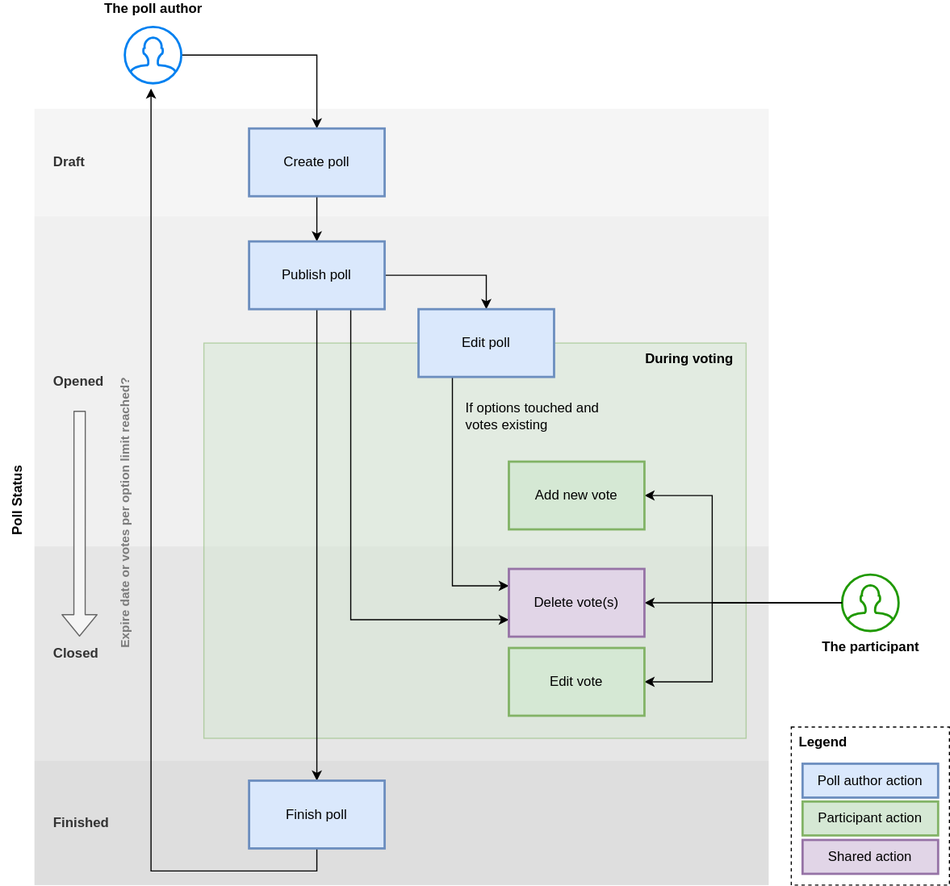
Above: Documentation/Usage/Images/poll-lifecycle.svg in fgtclb/t3oodle (draw.io), before the change. Source tidied: cells renumbered, new cells last; positions are measured from the earlier drawing's top-left corner, leaving out a move shared by most shapes.
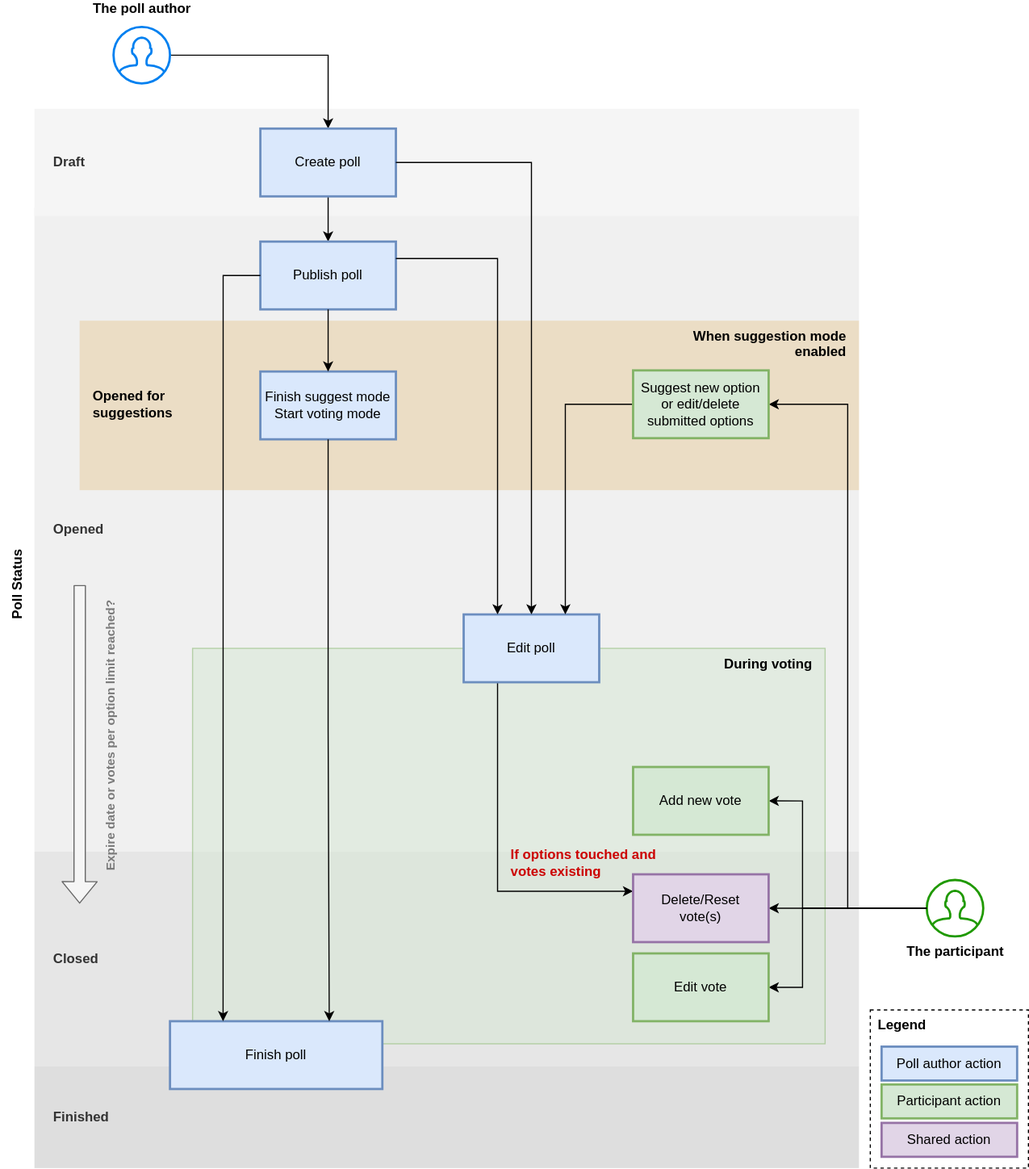
Later version of the same file.

Change to the diagram source:
```diff
@@ -3,19 +3,19 @@
     <mxCell id="0" />
     <mxCell id="1" parent="0" />
     <mxCell id="2" value="Closed" style="rounded=0;whiteSpace=wrap;html=1;labelBackgroundColor=none;align=left;fontColor=#333333;strokeColor=none;spacingLeft=15;fontStyle=1;fillColor=#E6E6E6;" parent="1" vertex="1">
-      <mxGeometry x="30" y="460" width="650" height="190" as="geometry" />
+      <mxGeometry x="-70" y="670" width="730" height="190" as="geometry" />
     </mxCell>
     <mxCell id="3" value="Opened" style="rounded=0;whiteSpace=wrap;html=1;labelBackgroundColor=none;align=left;fontColor=#333333;strokeColor=none;spacingLeft=15;fontStyle=1;fillColor=#F0F0F0;" parent="1" vertex="1">
-      <mxGeometry x="30" y="167.5" width="650" height="292.5" as="geometry" />
+      <mxGeometry x="-70" y="100" width="730" height="570" as="geometry" />
     </mxCell>
     <mxCell id="4" value="Finished" style="rounded=0;whiteSpace=wrap;html=1;labelBackgroundColor=none;align=left;fontColor=#333333;strokeColor=none;spacingLeft=15;fontStyle=1;fillColor=#DEDEDE;" parent="1" vertex="1">
-      <mxGeometry x="30" y="650" width="650" height="110" as="geometry" />
+      <mxGeometry x="-70" y="860" width="730" height="90" as="geometry" />
     </mxCell>
     <mxCell id="5" value="Draft" style="rounded=0;whiteSpace=wrap;html=1;labelBackgroundColor=none;align=left;fillColor=#f5f5f5;fontColor=#333333;strokeColor=none;spacingLeft=15;fontStyle=1;" parent="1" vertex="1">
-      <mxGeometry x="30" y="72.5" width="650" height="95" as="geometry" />
+      <mxGeometry x="-70" y="12.5" width="730" height="95" as="geometry" />
     </mxCell>
     <mxCell id="6" value="During voting" style="rounded=0;whiteSpace=wrap;html=1;fillColor=#d5e8d4;strokeColor=#82b366;opacity=50;align=right;horizontal=1;verticalAlign=top;fontStyle=1;spacingRight=9;" parent="1" vertex="1">
-      <mxGeometry x="180" y="280" width="480" height="350" as="geometry" />
+      <mxGeometry x="70" y="490" width="560" height="350" as="geometry" />
     </mxCell>
     <mxCell id="7" style="edgeStyle=orthogonalEdgeStyle;rounded=0;jettySize=auto;html=1;" parent="1" edge="1" source="24" target="9">
       <mxGeometry relative="1" as="geometry" />
@@ -24,97 +24,118 @@
       <mxGeometry relative="1" as="geometry" />
     </mxCell>
     <mxCell id="9" value="Create poll" style="whiteSpace=wrap;html=1;shadow=0;dashed=0;verticalAlign=middle;strokeColor=#6c8ebf;strokeWidth=2;labelBackgroundColor=none;fillColor=#dae8fc;" parent="1" vertex="1">
-      <mxGeometry x="220" y="90" width="120" height="60" as="geometry" />
+      <mxGeometry x="130" y="30" width="120" height="60" as="geometry" />
     </mxCell>
-    <mxCell id="10" style="edgeStyle=orthogonalEdgeStyle;rounded=0;jettySize=auto;html=1;entryX=0.5;entryY=0;entryDx=0;entryDy=0;" parent="1" edge="1" source="13" target="15">
-      <mxGeometry relative="1" as="geometry" />
-    </mxCell>
-    <mxCell id="11" style="edgeStyle=orthogonalEdgeStyle;rounded=0;jettySize=auto;html=1;exitX=0.5;exitY=1;exitDx=0;exitDy=0;entryX=0.5;entryY=0;entryDx=0;entryDy=0;" parent="1" edge="1" source="13" target="17">
-      <mxGeometry relative="1" as="geometry" />
-    </mxCell>
-    <mxCell id="12" style="edgeStyle=orthogonalEdgeStyle;rounded=0;jettySize=auto;html=1;exitX=0.75;exitY=1;exitDx=0;exitDy=0;entryX=0;entryY=0.75;entryDx=0;entryDy=0;" parent="1" edge="1" source="13" target="22">
-      <mxGeometry relative="1" as="geometry" />
-    </mxCell>
     <mxCell id="13" value="Publish poll" style="whiteSpace=wrap;html=1;shadow=0;dashed=0;verticalAlign=middle;strokeColor=#6c8ebf;strokeWidth=2;labelBackgroundColor=none;fillColor=#dae8fc;" parent="1" vertex="1">
-      <mxGeometry x="220" y="190" width="120" height="60" as="geometry" />
+      <mxGeometry x="130" y="130" width="120" height="60" as="geometry" />
     </mxCell>
-    <mxCell id="14" style="edgeStyle=orthogonalEdgeStyle;rounded=0;jettySize=auto;html=1;entryX=0;entryY=0.25;entryDx=0;entryDy=0;exitX=0.25;exitY=1;exitDx=0;exitDy=0;" parent="1" edge="1" source="15" target="22">
-      <mxGeometry relative="1" as="geometry" />
-    </mxCell>
-    <mxCell id="15" value="Edit poll" style="whiteSpace=wrap;html=1;shadow=0;dashed=0;verticalAlign=middle;strokeColor=#6c8ebf;strokeWidth=2;labelBackgroundColor=none;fillColor=#dae8fc;" parent="1" vertex="1">
-      <mxGeometry x="370" y="250" width="120" height="60" as="geometry" />
-    </mxCell>
-    <mxCell id="16" style="edgeStyle=orthogonalEdgeStyle;rounded=0;jettySize=auto;html=1;exitX=0.5;exitY=1;exitDx=0;exitDy=0;entryX=0.464;entryY=1.092;entryDx=0;entryDy=0;entryPerimeter=0;" parent="1" edge="1" source="17" target="24">
-      <mxGeometry relative="1" as="geometry" />
-    </mxCell>
+    <mxCell id="35" style="edgeStyle=orthogonalEdgeStyle;rounded=0;jettySize=auto;html=1;entryX=0;entryY=0.25;entryDx=0;entryDy=0;exitX=0.25;exitY=1;exitDx=0;exitDy=0;" parent="1" edge="1" source="15" target="37">
+      <mxGeometry relative="1" as="geometry" />
+    </mxCell>
     <mxCell id="17" value="Finish poll" style="whiteSpace=wrap;html=1;shadow=0;dashed=0;verticalAlign=middle;strokeColor=#6c8ebf;strokeWidth=2;labelBackgroundColor=none;fillColor=#dae8fc;" parent="1" vertex="1">
-      <mxGeometry x="220" y="667.5" width="120" height="60" as="geometry" />
+      <mxGeometry x="50" y="820" width="188" height="60" as="geometry" />
     </mxCell>
     <mxCell id="18" style="edgeStyle=orthogonalEdgeStyle;rounded=0;jettySize=auto;html=1;entryX=1;entryY=0.5;entryDx=0;entryDy=0;" parent="1" edge="1" source="19" target="20">
       <mxGeometry relative="1" as="geometry">
         <Array as="points">
-          <mxPoint x="630" y="510" />
-          <mxPoint x="630" y="580" />
+          <mxPoint x="610" y="720" />
+          <mxPoint x="610" y="790" />
         </Array>
       </mxGeometry>
     </mxCell>
     <mxCell id="19" value="The participant" style="html=1;verticalLabelPosition=bottom;align=center;labelBackgroundColor=none;verticalAlign=top;strokeWidth=2;shadow=0;dashed=0;shape=mxgraph.ios7.icons.user;fontStyle=1;strokeColor=#1F9900;" parent="1" vertex="1">
-      <mxGeometry x="745" y="485" width="50" height="50" as="geometry" />
+      <mxGeometry x="720" y="695" width="50" height="50" as="geometry" />
     </mxCell>
     <mxCell id="20" value="Edit vote" style="whiteSpace=wrap;html=1;shadow=0;dashed=0;verticalAlign=middle;strokeColor=#82b366;strokeWidth=2;labelBackgroundColor=none;fillColor=#d5e8d4;" parent="1" vertex="1">
-      <mxGeometry x="450" y="550" width="120" height="60" as="geometry" />
+      <mxGeometry x="460" y="760" width="120" height="60" as="geometry" />
     </mxCell>
-    <mxCell id="21" style="edgeStyle=orthogonalEdgeStyle;rounded=0;jettySize=auto;html=1;entryX=1;entryY=0.5;entryDx=0;entryDy=0;" parent="1" edge="1" source="19" target="22">
-      <mxGeometry relative="1" as="geometry" />
-    </mxCell>
-    <mxCell id="22" value="Delete vote(s)" style="whiteSpace=wrap;html=1;shadow=0;dashed=0;verticalAlign=middle;strokeColor=#9673a6;strokeWidth=2;labelBackgroundColor=none;fillColor=#e1d5e7;" parent="1" vertex="1">
-      <mxGeometry x="450" y="480" width="120" height="60" as="geometry" />
-    </mxCell>
+    <mxCell id="36" style="edgeStyle=orthogonalEdgeStyle;rounded=0;jettySize=auto;html=1;entryX=1;entryY=0.5;entryDx=0;entryDy=0;" parent="1" edge="1" source="19" target="37">
+      <mxGeometry relative="1" as="geometry" />
+    </mxCell>
+    <mxCell id="37" value="Delete/Reset&lt;br&gt;&amp;nbsp;vote(s)" style="whiteSpace=wrap;html=1;shadow=0;dashed=0;verticalAlign=middle;strokeColor=#9673a6;strokeWidth=2;labelBackgroundColor=none;fillColor=#e1d5e7;" parent="1" vertex="1">
+      <mxGeometry x="460" y="690" width="120" height="60" as="geometry" />
+    </mxCell>
-    <mxCell id="23" value="If options touched&amp;nbsp;&lt;span&gt;and&lt;br&gt;votes existing&lt;/span&gt;" style="text;html=1;align=left;verticalAlign=middle;" parent="1" vertex="1">
-      <mxGeometry x="410" y="330" width="130" height="30" as="geometry" />
+    <mxCell id="23" value="If options touched&amp;nbsp;&lt;span&gt;and&lt;br&gt;votes existing&lt;/span&gt;" style="text;html=1;align=left;verticalAlign=middle;fontStyle=1;fontColor=#CC0000;" parent="1" vertex="1">
+      <mxGeometry x="350" y="665" width="140" height="30" as="geometry" />
     </mxCell>
     <mxCell id="24" value="The poll author" style="html=1;verticalLabelPosition=bottom;align=center;labelBackgroundColor=#ffffff;verticalAlign=top;strokeWidth=2;strokeColor=#0080F0;shadow=0;dashed=0;shape=mxgraph.ios7.icons.user;spacingTop=-80;fontStyle=1;" parent="1" vertex="1">
-      <mxGeometry x="110" width="50" height="50" as="geometry" />
+      <mxGeometry y="-60" width="50" height="50" as="geometry" />
     </mxCell>
     <mxCell id="25" value="Poll Status" style="text;html=1;align=center;verticalAlign=middle;fontColor=#000000;horizontal=0;fontStyle=1;" parent="1" vertex="1">
-      <mxGeometry y="385" width="30" height="70" as="geometry" />
+      <mxGeometry x="-100" y="399" width="30" height="70" as="geometry" />
     </mxCell>
-    <mxCell id="26" style="group;" parent="1" vertex="1">
-      <mxGeometry x="700" y="620" width="140" height="140" as="geometry" />
-    </mxCell>
+    <mxCell id="38" style="group;" parent="1" vertex="1">
+      <mxGeometry x="670" y="810" width="140" height="140" as="geometry" />
+    </mxCell>
-    <mxCell id="27" value="Legend" style="rounded=0;whiteSpace=wrap;html=1;labelBackgroundColor=none;align=left;fontStyle=1;verticalAlign=top;spacingLeft=5;dashed=1;" parent="26" vertex="1">
+    <mxCell id="27" value="Legend" style="rounded=0;whiteSpace=wrap;html=1;labelBackgroundColor=none;align=left;fontStyle=1;verticalAlign=top;spacingLeft=5;dashed=1;" parent="38" vertex="1">
       <mxGeometry width="140" height="140" as="geometry" />
     </mxCell>
-    <mxCell id="28" value="Poll author action" style="whiteSpace=wrap;html=1;shadow=0;dashed=0;verticalAlign=middle;strokeColor=#6c8ebf;strokeWidth=2;labelBackgroundColor=none;fillColor=#dae8fc;" parent="26" vertex="1">
+    <mxCell id="28" value="Poll author action" style="whiteSpace=wrap;html=1;shadow=0;dashed=0;verticalAlign=middle;strokeColor=#6c8ebf;strokeWidth=2;labelBackgroundColor=none;fillColor=#dae8fc;" parent="38" vertex="1">
       <mxGeometry x="10" y="32.5" width="120" height="30" as="geometry" />
     </mxCell>
-    <mxCell id="29" value="Participant action" style="whiteSpace=wrap;html=1;shadow=0;dashed=0;verticalAlign=middle;strokeColor=#82b366;strokeWidth=2;labelBackgroundColor=none;fillColor=#d5e8d4;" parent="26" vertex="1">
+    <mxCell id="29" value="Participant action" style="whiteSpace=wrap;html=1;shadow=0;dashed=0;verticalAlign=middle;strokeColor=#82b366;strokeWidth=2;labelBackgroundColor=none;fillColor=#d5e8d4;" parent="38" vertex="1">
       <mxGeometry x="10" y="66" width="120" height="30" as="geometry" />
     </mxCell>
-    <mxCell id="30" value="Shared action" style="whiteSpace=wrap;html=1;shadow=0;dashed=0;verticalAlign=middle;strokeColor=#9673a6;strokeWidth=2;labelBackgroundColor=none;fillColor=#e1d5e7;" parent="26" vertex="1">
+    <mxCell id="30" value="Shared action" style="whiteSpace=wrap;html=1;shadow=0;dashed=0;verticalAlign=middle;strokeColor=#9673a6;strokeWidth=2;labelBackgroundColor=none;fillColor=#e1d5e7;" parent="38" vertex="1">
       <mxGeometry x="10" y="100" width="120" height="30" as="geometry" />
     </mxCell>
     <mxCell id="31" style="rounded=0;jettySize=auto;html=1;entryX=1;entryY=0.5;entryDx=0;entryDy=0;fontColor=#000000;edgeStyle=orthogonalEdgeStyle;" parent="1" edge="1" source="19" target="32">
       <mxGeometry relative="1" as="geometry">
         <Array as="points">
-          <mxPoint x="630" y="510" />
-          <mxPoint x="630" y="415" />
+          <mxPoint x="610" y="720" />
+          <mxPoint x="610" y="625" />
         </Array>
       </mxGeometry>
     </mxCell>
     <mxCell id="32" value="Add new vote" style="whiteSpace=wrap;html=1;shadow=0;dashed=0;verticalAlign=middle;strokeColor=#82b366;strokeWidth=2;labelBackgroundColor=none;fillColor=#d5e8d4;" parent="1" vertex="1">
-      <mxGeometry x="450" y="385" width="120" height="60" as="geometry" />
+      <mxGeometry x="460" y="595" width="120" height="60" as="geometry" />
     </mxCell>
-    <mxCell id="33" style="shape=flexArrow;endArrow=classic;html=1;fontColor=#000000;entryX=0.057;entryY=0.421;entryDx=0;entryDy=0;entryPerimeter=0;fillColor=#f5f5f5;strokeColor=#666666;" parent="1" edge="1">
-      <mxGeometry relative="1" as="geometry">
-        <mxPoint x="70" y="340" as="sourcePoint" />
-        <mxPoint x="69.9" y="540" as="targetPoint" />
-      </mxGeometry>
-    </mxCell>
+    <mxCell id="39" style="shape=flexArrow;endArrow=classic;html=1;fontColor=#000000;entryX=0.057;entryY=0.421;entryDx=0;entryDy=0;entryPerimeter=0;fillColor=#f5f5f5;strokeColor=#666666;spacingLeft=0;spacingRight=0;horizontal=1;" parent="1" edge="1">
+      <mxGeometry relative="1" as="geometry">
+        <mxPoint x="-29.9" y="434" as="sourcePoint" />
+        <mxPoint x="-30" y="716" as="targetPoint" />
+      </mxGeometry>
+    </mxCell>
-    <mxCell id="34" value="Expire date or votes per option limit reached?" style="edgeLabel;html=1;align=center;verticalAlign=middle;horizontal=0;labelBackgroundColor=none;fontStyle=1;fontColor=#7A7A7A;" parent="33" vertex="1">
+    <mxCell id="34" value="Expire date or votes per option limit reached?" style="edgeLabel;html=1;align=center;verticalAlign=middle;horizontal=0;labelBackgroundColor=none;fontStyle=1;fontColor=#7A7A7A;" parent="39" vertex="1">
       <mxGeometry x="-0.27" y="-1" relative="1" as="geometry">
-        <mxPoint x="41" y="19" as="offset" />
+        <mxPoint x="28" y="31.2" as="offset" />
       </mxGeometry>
     </mxCell>
+    <mxCell id="40" value="When suggestion mode&lt;br&gt;enabled" style="rounded=0;whiteSpace=wrap;html=1;opacity=50;align=right;horizontal=1;verticalAlign=top;fontStyle=1;spacingRight=9;fillColor=#E8CC9B;strokeColor=none;" parent="1" vertex="1">
+      <mxGeometry x="-30" y="200" width="690" height="150" as="geometry" />
+    </mxCell>
+    <mxCell id="15" value="Edit poll" style="whiteSpace=wrap;html=1;shadow=0;dashed=0;verticalAlign=middle;strokeColor=#6c8ebf;strokeWidth=2;labelBackgroundColor=none;fillColor=#dae8fc;" parent="1" vertex="1">
+      <mxGeometry x="310" y="460" width="120" height="60" as="geometry" />
+    </mxCell>
+    <mxCell id="10" style="edgeStyle=orthogonalEdgeStyle;rounded=0;jettySize=auto;html=1;entryX=0.25;entryY=0;entryDx=0;entryDy=0;exitX=1;exitY=0.25;exitDx=0;exitDy=0;" parent="1" edge="1" source="13" target="15">
+      <mxGeometry relative="1" as="geometry" />
+    </mxCell>
+    <mxCell id="41" style="edgeStyle=orthogonalEdgeStyle;rounded=0;jettySize=auto;html=1;entryX=1;entryY=0.5;entryDx=0;entryDy=0;" parent="1" edge="1" source="19" target="43">
+      <mxGeometry relative="1" as="geometry" />
+    </mxCell>
+    <mxCell id="42" style="edgeStyle=orthogonalEdgeStyle;rounded=0;jettySize=auto;html=1;exitX=0;exitY=0.5;exitDx=0;exitDy=0;entryX=0.75;entryY=0;entryDx=0;entryDy=0;" parent="1" edge="1" source="43" target="15">
+      <mxGeometry relative="1" as="geometry" />
+    </mxCell>
+    <mxCell id="43" value="Suggest new option&lt;br&gt;or edit/delete submitted options" style="whiteSpace=wrap;html=1;shadow=0;dashed=0;verticalAlign=middle;strokeColor=#82b366;strokeWidth=2;labelBackgroundColor=none;fillColor=#d5e8d4;" parent="1" vertex="1">
+      <mxGeometry x="460" y="244" width="120" height="60" as="geometry" />
+    </mxCell>
+    <mxCell id="44" value="Finish suggest mode&lt;br&gt;Start voting mode" style="whiteSpace=wrap;html=1;shadow=0;dashed=0;verticalAlign=middle;strokeColor=#6c8ebf;strokeWidth=2;labelBackgroundColor=none;fillColor=#dae8fc;" parent="1" vertex="1">
+      <mxGeometry x="130" y="245" width="120" height="60" as="geometry" />
+    </mxCell>
+    <mxCell id="45" value="Opened for &lt;br&gt;suggestions" style="text;html=1;align=left;verticalAlign=middle;fontStyle=1;" parent="1" vertex="1">
+      <mxGeometry x="-20" y="259" width="90" height="30" as="geometry" />
+    </mxCell>
+    <mxCell id="11" style="edgeStyle=orthogonalEdgeStyle;rounded=0;jettySize=auto;html=1;exitX=0;exitY=0.5;exitDx=0;exitDy=0;entryX=0.25;entryY=0;entryDx=0;entryDy=0;" parent="1" edge="1" source="13" target="17">
+      <mxGeometry relative="1" as="geometry" />
+    </mxCell>
+    <mxCell id="46" style="edgeStyle=orthogonalEdgeStyle;rounded=0;jettySize=auto;html=1;exitX=1;exitY=0.5;exitDx=0;exitDy=0;entryX=0.5;entryY=0;entryDx=0;entryDy=0;fontColor=#CC0000;" parent="1" edge="1" source="9" target="15">
+      <mxGeometry relative="1" as="geometry" />
+    </mxCell>
+    <mxCell id="47" style="edgeStyle=orthogonalEdgeStyle;rounded=0;jettySize=auto;html=1;exitX=0.5;exitY=1;exitDx=0;exitDy=0;entryX=0.5;entryY=0;entryDx=0;entryDy=0;" parent="1" edge="1" source="13" target="44">
+      <mxGeometry relative="1" as="geometry" />
+    </mxCell>
+    <mxCell id="48" style="edgeStyle=orthogonalEdgeStyle;rounded=0;jettySize=auto;html=1;exitX=0.5;exitY=1;exitDx=0;exitDy=0;entryX=0.75;entryY=0;entryDx=0;entryDy=0;" parent="1" edge="1" source="44" target="17">
+      <mxGeometry relative="1" as="geometry" />
+    </mxCell>
   </root>
 </mxGraphModel>
```
